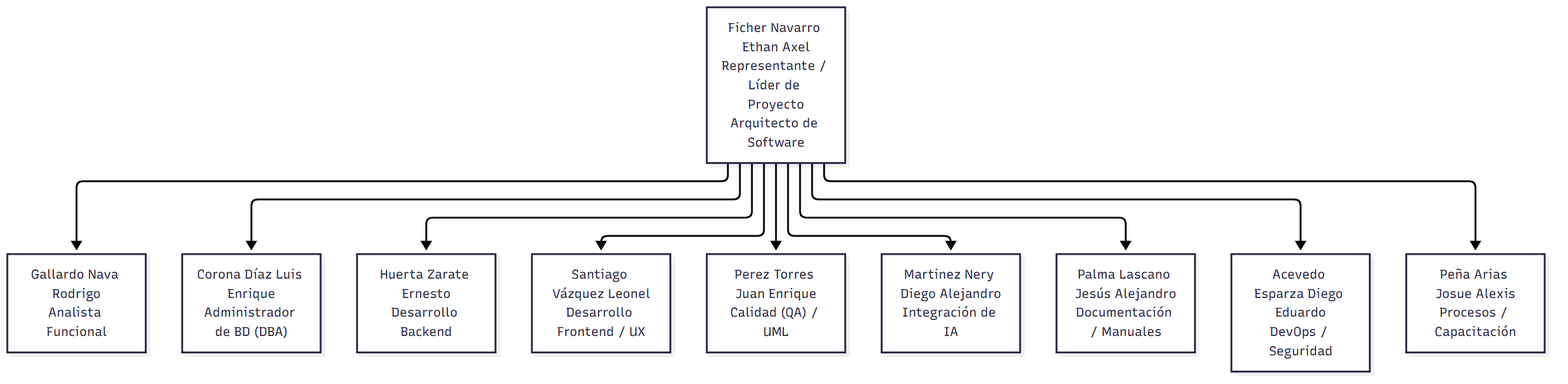
The Mermaid diagram docs/build/diagrams/diagram-01.png in AlexisArias874/ReSolve, before a commit. Its source is kept beside it as docs/build/diagram-01.mmd. Its diagram source:
```mermaid
graph TD
    A["Ficher Navarro Ethan Axel<br/>Representante / Líder de Proyecto<br/>Arquitecto de Software"]
    B["Gallardo Nava Rodrigo<br/>Analista Funcional"]
    C["Corona Díaz Luis Enrique<br/>Administrador de BD (DBA)"]
    D["Huerta Zarate Ernesto<br/>Desarrollo Backend"]
    E["Santiago Vázquez Leonel<br/>Desarrollo Frontend / UX"]
    F["Perez Torres Juan Enrique<br/>Calidad (QA) / UML"]
    G["Martinez Nery Diego Alejandro<br/>Integración de IA"]
    H["Palma Lascano Jesús Alejandro<br/>Documentación / Manuales"]
    I["Acevedo Esparza Diego Eduardo<br/>DevOps / Seguridad"]
    J["Peña Arias Josue Alexis<br/>Procesos / Capacitación"]
    A --> B
    A --> C
    A --> D
    A --> E
    A --> F
    A --> G
    A --> H
    A --> I
    A --> J
```
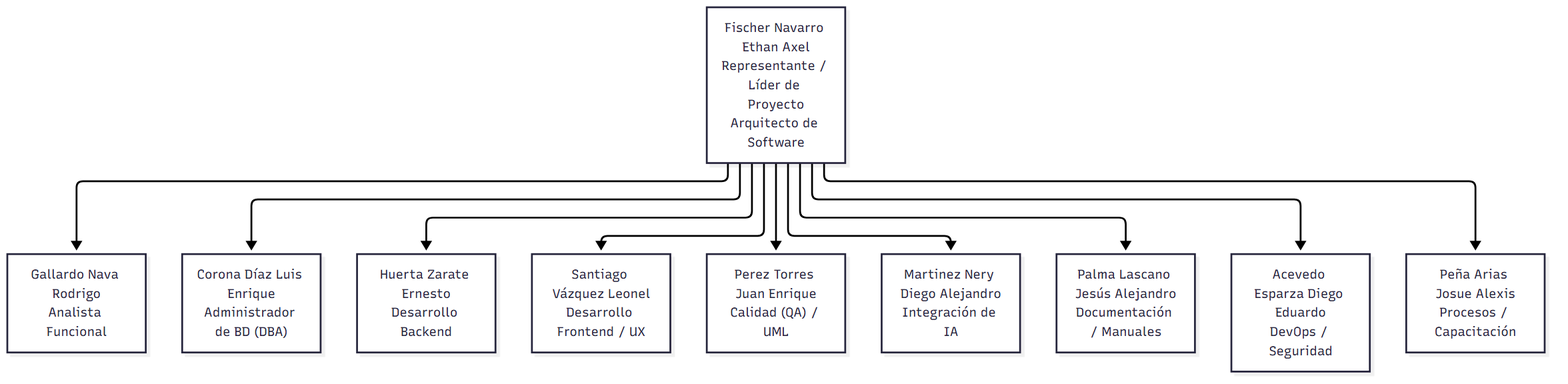
Above is the later version.

What changed in the source:
```diff
@@ -1,5 +1,5 @@
 graph TD
-    A["Ficher Navarro Ethan Axel<br/>Representante / Líder de Proyecto<br/>Arquitecto de Software"]
+    A["Fischer Navarro Ethan Axel<br/>Representante / Líder de Proyecto<br/>Arquitecto de Software"]
     B["Gallardo Nava Rodrigo<br/>Analista Funcional"]
     C["Corona Díaz Luis Enrique<br/>Administrador de BD (DBA)"]
     D["Huerta Zarate Ernesto<br/>Desarrollo Backend"]
```
